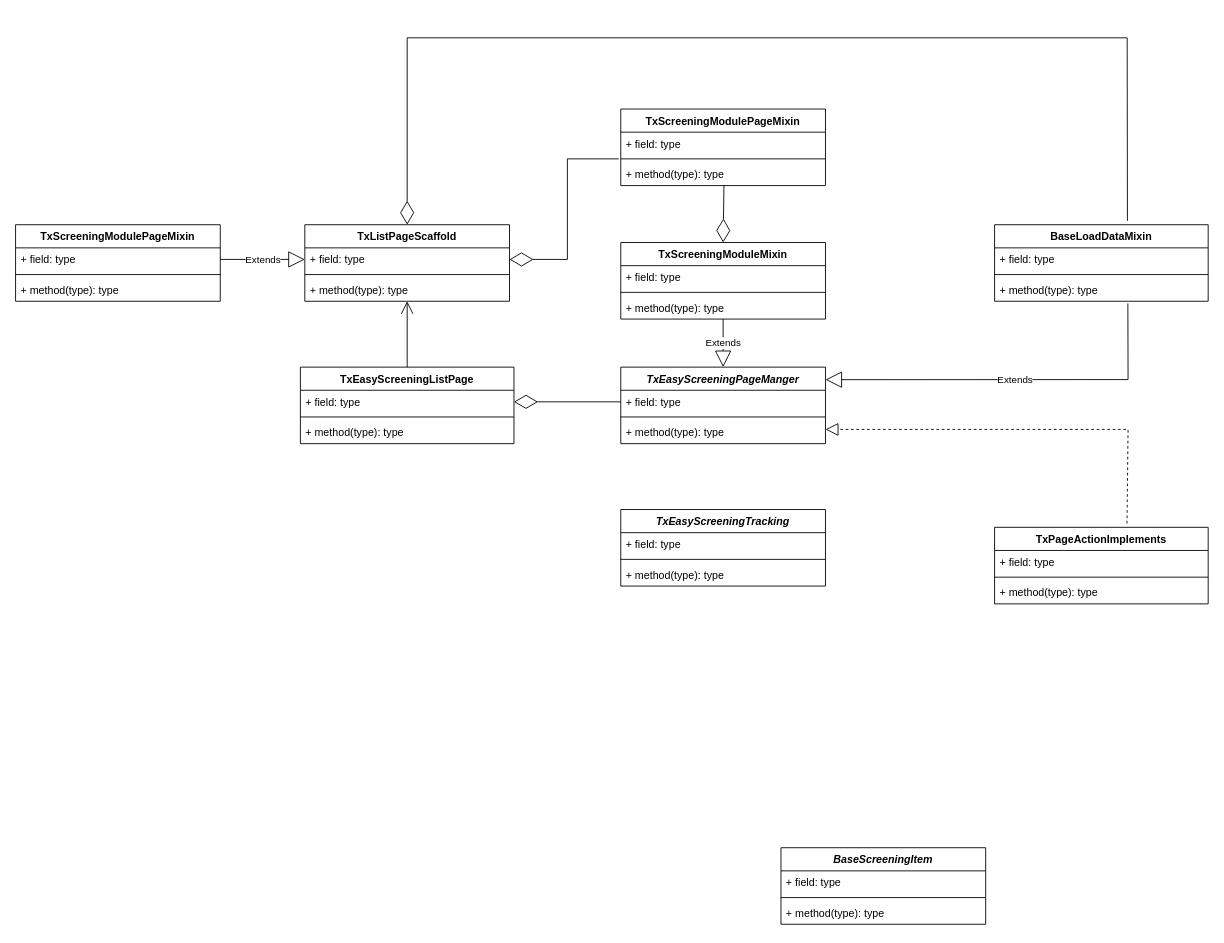
The draw.io diagram demo.drawio in Jinxishihenian/mind_mapping, before the edit. Source tidied: cells renumbered, new cells numbered last; positions are measured from the earlier drawing's top-left corner, leaving out a move shared by most shapes. Both pictures are drawn from the tidied source at 89%, with x=0, y=0 at pixel (15, 37).
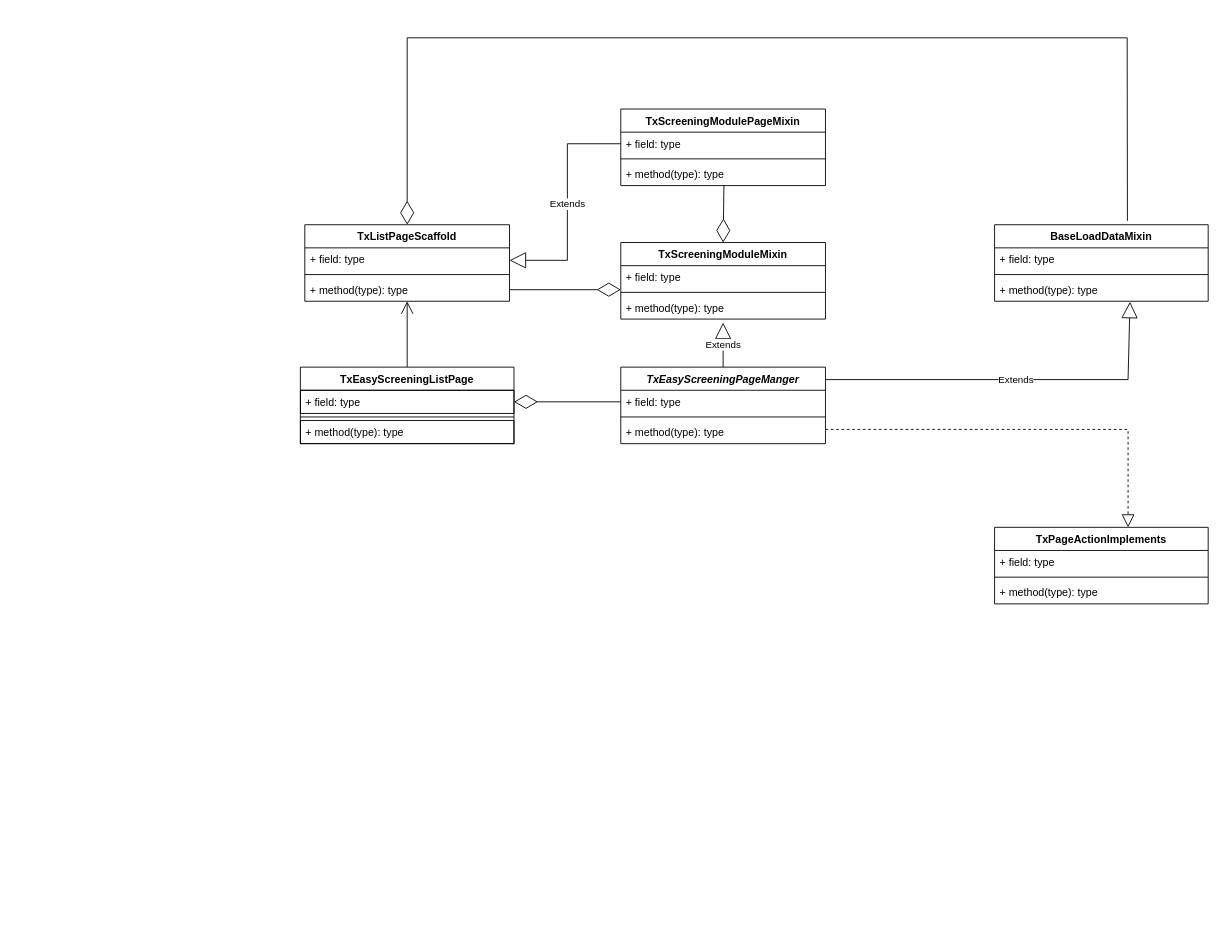
Above is the later version.

Unchanged cells that the change refers to:
```xml
<mxCell id="5" value="+ method(type): type" style="text;strokeColor=none;fillColor=none;align=left;verticalAlign=top;spacingLeft=4;spacingRight=4;overflow=hidden;points=[[0,0.5],[1,0.5]];portConstraint=eastwest;" parent="2" vertex="1">
  <mxGeometry y="60" width="240" height="26" as="geometry" />
</mxCell>
<mxCell id="14" value="TxEasyScreeningPageManger" style="swimlane;fontStyle=3;align=center;verticalAlign=top;horizontal=1;startSize=26;shadow=0;" parent="1" vertex="1">
  <mxGeometry x="680" y="370" width="230" height="86" as="geometry" />
</mxCell>
<mxCell id="17" value="+ method(type): type" style="text;strokeColor=none;fillColor=none;align=left;verticalAlign=top;spacingLeft=4;spacingRight=4;overflow=hidden;points=[[0,0.5],[1,0.5]];portConstraint=eastwest;shadow=0;" parent="14" vertex="1">
  <mxGeometry y="60" width="230" height="26" as="geometry" />
</mxCell>
<mxCell id="21" value="+ method(type): type" style="text;strokeColor=none;fillColor=none;align=left;verticalAlign=top;spacingLeft=4;spacingRight=4;overflow=hidden;points=[[0,0.5],[1,0.5]];portConstraint=eastwest;shadow=0;" parent="18" vertex="1">
  <mxGeometry y="60" width="230" height="26" as="geometry" />
</mxCell>
<mxCell id="22" value="TxPageActionImplements" style="swimlane;fontStyle=1;align=center;verticalAlign=top;horizontal=1;startSize=26;shadow=0;" parent="1" vertex="1">
  <mxGeometry x="1100" y="550" width="240" height="86" as="geometry" />
</mxCell>
<mxCell id="31" value="+ field: type" style="text;strokeColor=none;fillColor=none;align=left;verticalAlign=top;spacingLeft=4;spacingRight=4;overflow=hidden;points=[[0,0.5],[1,0.5]];portConstraint=eastwest;shadow=0;" parent="30" vertex="1">
  <mxGeometry y="26" width="230" height="26" as="geometry" />
</mxCell>
<mxCell id="44" value="+ field: type" style="text;strokeColor=none;fillColor=none;align=left;verticalAlign=top;spacingLeft=4;spacingRight=4;overflow=hidden;points=[[0,0.5],[1,0.5]];portConstraint=eastwest;" parent="43" vertex="1">
  <mxGeometry y="26" width="230" height="26" as="geometry" />
</mxCell>
<mxCell id="46" value="+ method(type): type" style="text;strokeColor=none;fillColor=none;align=left;verticalAlign=top;spacingLeft=4;spacingRight=4;overflow=hidden;points=[[0,0.5],[1,0.5]];portConstraint=eastwest;" parent="43" vertex="1">
  <mxGeometry y="60" width="230" height="26" as="geometry" />
</mxCell>
```

Diff of the diagram source:
```diff
@@
-    <mxCell id="6" value="BaseScreeningItem" style="swimlane;fontStyle=3;align=center;verticalAlign=top;horizontal=1;startSize=26;shadow=0;" parent="1" vertex="1">
-      <mxGeometry x="860" y="910" width="230" height="86" as="geometry" />
-    </mxCell>
-    <mxCell id="7" value="+ field: type" style="text;strokeColor=none;fillColor=none;align=left;verticalAlign=top;spacingLeft=4;spacingRight=4;overflow=hidden;shadow=0;" parent="6" vertex="1">
-      <mxGeometry y="26" width="230" height="26" as="geometry" />
-    </mxCell>
-    <mxCell id="8" style="line;strokeWidth=1;fillColor=none;align=left;verticalAlign=middle;spacingTop=-1;spacingLeft=3;spacingRight=3;labelPosition=right;shadow=0;" parent="6" vertex="1">
-      <mxGeometry y="52" width="230" height="8" as="geometry" />
-    </mxCell>
-    <mxCell id="9" value="+ method(type): type" style="text;strokeColor=none;fillColor=none;align=left;verticalAlign=top;spacingLeft=4;spacingRight=4;overflow=hidden;shadow=0;" parent="6" vertex="1">
-      <mxGeometry y="60" width="230" height="26" as="geometry" />
-    </mxCell>
-    <mxCell id="10" value="TxEasyScreeningListPage" style="swimlane;fontStyle=1;align=center;verticalAlign=top;horizontal=1;startSize=26;shadow=0;" parent="1" vertex="1">
+    <mxCell id="10" value="TxEasyScreeningListPage" style="swimlane;fontStyle=1;align=center;verticalAlign=top;horizontal=1;startSize=26;shadow=0;strokeColor=#000000;" parent="1" vertex="1">
       <mxGeometry x="320" y="370" width="240" height="86" as="geometry" />
     </mxCell>
-    <mxCell id="11" value="+ field: type" style="text;strokeColor=none;fillColor=none;align=left;verticalAlign=top;spacingLeft=4;spacingRight=4;overflow=hidden;points=[[0,0.5],[1,0.5]];portConstraint=eastwest;shadow=0;" parent="10" vertex="1">
+    <mxCell id="11" value="+ field: type" style="text;strokeColor=#000000;fillColor=none;align=left;verticalAlign=top;spacingLeft=4;spacingRight=4;overflow=hidden;points=[[0,0.5],[1,0.5]];portConstraint=eastwest;shadow=0;" parent="10" vertex="1">
       <mxGeometry y="26" width="240" height="26" as="geometry" />
     </mxCell>
-    <mxCell id="12" style="line;strokeWidth=1;fillColor=none;align=left;verticalAlign=middle;spacingTop=-1;spacingLeft=3;spacingRight=3;labelPosition=right;shadow=0;" parent="10" vertex="1">
+    <mxCell id="12" style="line;strokeWidth=1;fillColor=none;align=left;verticalAlign=middle;spacingTop=-1;spacingLeft=3;spacingRight=3;labelPosition=right;shadow=0;strokeColor=#000000;" parent="10" vertex="1">
       <mxGeometry y="52" width="240" height="8" as="geometry" />
     </mxCell>
-    <mxCell id="13" value="+ method(type): type" style="text;strokeColor=none;fillColor=none;align=left;verticalAlign=top;spacingLeft=4;spacingRight=4;overflow=hidden;shadow=0;" parent="10" vertex="1">
+    <mxCell id="13" value="+ method(type): type" style="text;strokeColor=#000000;fillColor=none;align=left;verticalAlign=top;spacingLeft=4;spacingRight=4;overflow=hidden;shadow=0;" parent="10" vertex="1">
       <mxGeometry y="60" width="240" height="26" as="geometry" />
     </mxCell>
@@
-    <mxCell id="26" value="TxEasyScreeningTracking&#10;" style="swimlane;fontStyle=3;align=center;verticalAlign=top;horizontal=1;startSize=26;shadow=0;" parent="1" vertex="1">
-      <mxGeometry x="680" y="530" width="230" height="86" as="geometry" />
-    </mxCell>
-    <mxCell id="27" value="+ field: type" style="text;strokeColor=none;fillColor=none;align=left;verticalAlign=top;spacingLeft=4;spacingRight=4;overflow=hidden;shadow=0;" parent="26" vertex="1">
-      <mxGeometry y="26" width="230" height="26" as="geometry" />
-    </mxCell>
-    <mxCell id="28" style="line;strokeWidth=1;fillColor=none;align=left;verticalAlign=middle;spacingTop=-1;spacingLeft=3;spacingRight=3;labelPosition=right;shadow=0;" parent="26" vertex="1">
-      <mxGeometry y="52" width="230" height="8" as="geometry" />
-    </mxCell>
-    <mxCell id="29" value="+ method(type): type" style="text;strokeColor=none;fillColor=none;align=left;verticalAlign=top;spacingLeft=4;spacingRight=4;overflow=hidden;shadow=0;" parent="26" vertex="1">
-      <mxGeometry y="60" width="230" height="26" as="geometry" />
-    </mxCell>
@@
-    <mxCell id="34" value="TxScreeningModulePageMixin" style="swimlane;fontStyle=1;align=center;verticalAlign=top;horizontal=1;startSize=26;" parent="1" vertex="1">
-      <mxGeometry y="210" width="230" height="86" as="geometry" />
-    </mxCell>
-    <mxCell id="35" value="+ field: type" style="text;strokeColor=none;fillColor=none;align=left;verticalAlign=top;spacingLeft=4;spacingRight=4;overflow=hidden;points=[[0,0.5],[1,0.5]];portConstraint=eastwest;" parent="34" vertex="1">
-      <mxGeometry y="26" width="230" height="26" as="geometry" />
-    </mxCell>
-    <mxCell id="36" style="line;strokeWidth=1;fillColor=none;align=left;verticalAlign=middle;spacingTop=-1;spacingLeft=3;spacingRight=3;labelPosition=right;" parent="34" vertex="1">
-      <mxGeometry y="52" width="230" height="8" as="geometry" />
-    </mxCell>
-    <mxCell id="37" value="+ method(type): type" style="text;strokeColor=none;fillColor=none;align=left;verticalAlign=top;spacingLeft=4;spacingRight=4;overflow=hidden;" parent="34" vertex="1">
-      <mxGeometry y="60" width="230" height="26" as="geometry" />
-    </mxCell>
@@
-    <mxCell id="39" style="endArrow=block;dashed=1;endFill=0;endSize=12;html=1;rounded=0;entryX=1;entryY=0.385;entryDx=0;entryDy=0;entryPerimeter=0;exitX=0.62;exitY=-0.05;exitDx=0;exitDy=0;exitPerimeter=0;" parent="1" edge="1" source="22" target="17">
+    <mxCell id="39" style="endArrow=block;dashed=1;endFill=0;endSize=12;html=1;rounded=0;" parent="1" edge="1">
       <mxGeometry relative="1" as="geometry">
+        <mxPoint x="910" y="440" as="sourcePoint" />
+        <mxPoint x="1250" y="550" as="targetPoint" />
         <Array as="points">
           <mxPoint x="1250" y="440" />
         </Array>
       </mxGeometry>
     </mxCell>
-    <mxCell id="40" value="Extends" style="endArrow=block;endSize=16;endFill=0;html=1;rounded=0;entryX=1;entryY=0.164;entryDx=0;entryDy=0;entryPerimeter=0;exitX=0.624;exitY=1.094;exitDx=0;exitDy=0;exitPerimeter=0;" parent="1" edge="1" source="5" target="14">
+    <mxCell id="40" value="Extends" style="endArrow=block;endSize=16;endFill=0;html=1;rounded=0;entryX=0.634;entryY=1.021;entryDx=0;entryDy=0;entryPerimeter=0;" parent="1" edge="1" target="5">
       <mxGeometry relative="1" as="geometry">
+        <mxPoint x="910" y="384" as="sourcePoint" />
         <Array as="points">
           <mxPoint x="1250" y="384" />
         </Array>
       </mxGeometry>
     </mxCell>
-    <mxCell id="41" value="Extends" style="endArrow=block;endSize=16;endFill=0;html=1;rounded=0;entryX=0.5;entryY=0;entryDx=0;entryDy=0;" parent="1" edge="1" source="21" target="14">
-      <mxGeometry relative="1" as="geometry" />
+    <mxCell id="41" value="Extends" style="endArrow=block;endSize=16;endFill=0;html=1;rounded=0;exitX=0.5;exitY=0;exitDx=0;exitDy=0;" parent="1" edge="1" source="14">
+      <mxGeometry relative="1" as="geometry">
+        <mxPoint x="795" y="320" as="targetPoint" />
+      </mxGeometry>
     </mxCell>
-    <mxCell id="42" value="Extends" style="endArrow=block;endSize=16;endFill=0;html=1;rounded=0;entryX=0;entryY=0.5;entryDx=0;entryDy=0;exitX=1;exitY=0.5;exitDx=0;exitDy=0;" parent="1" edge="1" source="35" target="31">
-      <mxGeometry relative="1" as="geometry" />
-    </mxCell>
@@
-    <mxCell id="47" style="endArrow=diamondThin;endFill=0;endSize=24;html=1;rounded=0;entryX=1;entryY=0.5;entryDx=0;entryDy=0;exitX=-0.01;exitY=-0.154;exitDx=0;exitDy=0;exitPerimeter=0;" parent="1" edge="1" source="46" target="31">
-      <mxGeometry relative="1" as="geometry">
-        <Array as="points">
-          <mxPoint x="620" y="136" />
-          <mxPoint x="620" y="249" />
-        </Array>
-      </mxGeometry>
-    </mxCell>
@@
+    <mxCell id="42" value="Extends" style="endArrow=block;endSize=16;endFill=0;html=1;rounded=0;exitX=0;exitY=0.5;exitDx=0;exitDy=0;" parent="1" edge="1" source="44">
+      <mxGeometry relative="1" as="geometry">
+        <mxPoint x="555" y="250" as="targetPoint" />
+        <Array as="points">
+          <mxPoint x="620" y="119" />
+          <mxPoint x="620" y="250" />
+        </Array>
+      </mxGeometry>
+    </mxCell>
+    <mxCell id="51" style="endArrow=diamondThin;endFill=0;endSize=24;html=1;rounded=0;" parent="1" edge="1">
+      <mxGeometry relative="1" as="geometry">
+        <mxPoint x="555" y="283" as="sourcePoint" />
+        <mxPoint x="680" y="283" as="targetPoint" />
+      </mxGeometry>
+    </mxCell>
```
